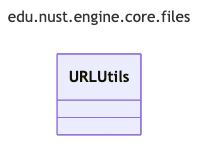
The Mermaid diagram uml/generated/png/package_edu_nust_engine_core_files.png in zombie-zero-nust/zombie-zero, before a commit. Its source is kept beside it as uml/generated/mmd/package_edu_nust_engine_core_files.mmd.
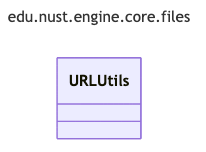
The same diagram one commit later.

What changed in the source:
```diff
@@ -2,11 +2,11 @@
 title: edu.nust.engine.core.files
 config:
   look: classic
-  layout: dagre
+  layout: elk
   flowchart:
     curve: linear
   class:
     defaultRenderer: dagre-wrapper
 ---
 classDiagram
-class URLUtils
+  class URLUtils
```
